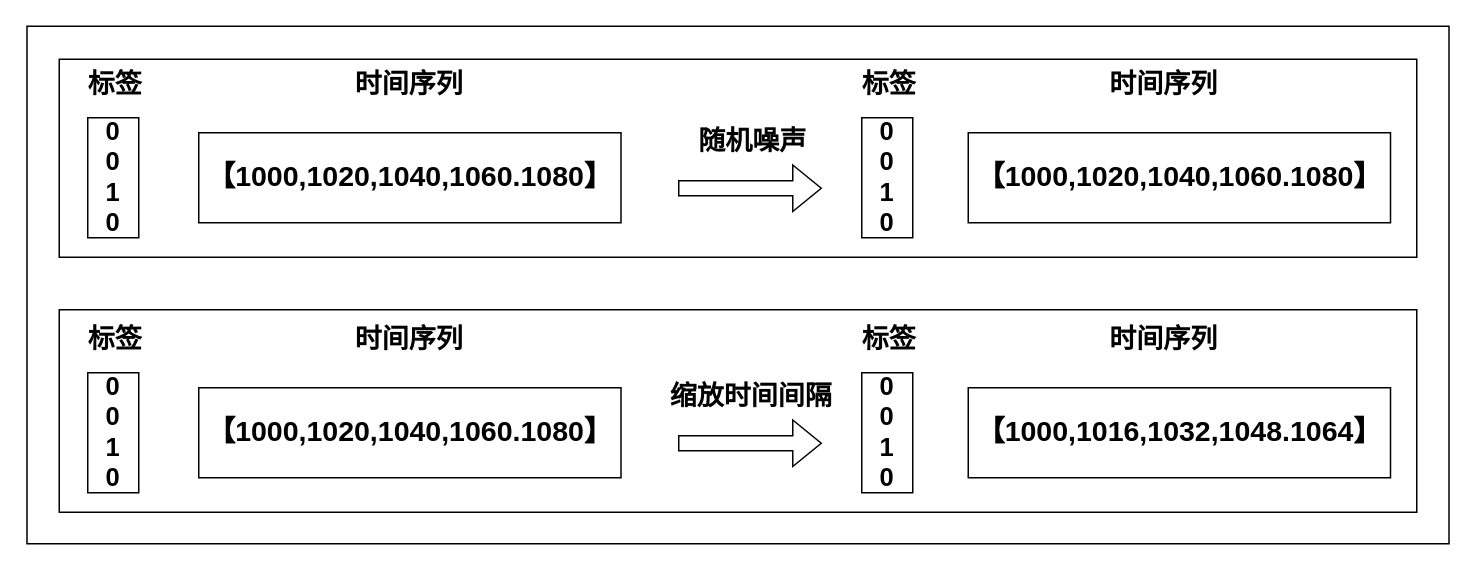
Above: 时间数据增强.drawio in lilang0710/ll (draw.io), before the change. Source tidied: cells renumbered, new cells numbered last; positions are measured from the earlier drawing's top-left corner, leaving out a move shared by most shapes. Both pictures are drawn from the tidied source at 150%, with x=0, y=0 at pixel (27, 26).
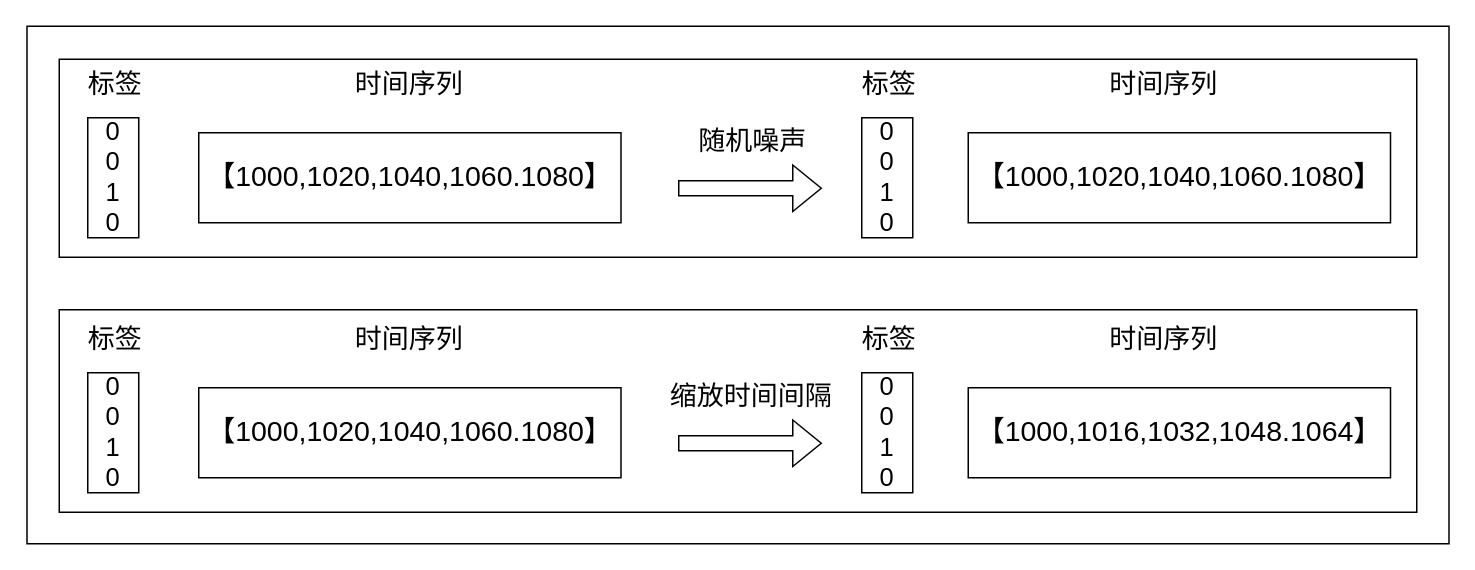
After the change.

Commit message:
更新时间数据增强.drawio

The edit, as a diff of the source:
```diff
@@
-    <mxCell id="2" style="shape=flexArrow;endArrow=classic;html=1;rounded=0;" parent="1" edge="1">
+    <mxCell id="2" style="shape=flexArrow;endArrow=classic;html=1;rounded=0;fontStyle=0;" parent="1" edge="1">
       <mxGeometry relative="1" as="geometry">
         <mxPoint x="433.5" y="278" as="sourcePoint" />
         <mxPoint x="529.5" y="278" as="targetPoint" />
       </mxGeometry>
     </mxCell>
-    <mxCell id="3" value="&lt;font size=&quot;1&quot;&gt;&lt;b style=&quot;font-size: 18px;&quot;&gt;缩放时间间隔&lt;/b&gt;&lt;/font&gt;" style="text;html=1;align=center;verticalAlign=middle;strokeColor=none;fillColor=none;" parent="1" vertex="1">
+    <mxCell id="3" value="&lt;font size=&quot;1&quot;&gt;&lt;span style=&quot;font-size: 18px;&quot;&gt;缩放时间间隔&lt;/span&gt;&lt;/font&gt;" style="text;html=1;align=center;verticalAlign=middle;strokeColor=none;fillColor=none;fontStyle=0;" parent="1" vertex="1">
       <mxGeometry x="418.5" y="230" width="126" height="34" as="geometry" />
     </mxCell>
-    <mxCell id="4" value="&lt;font size=&quot;1&quot;&gt;&lt;b&gt;&lt;font style=&quot;font-size: 18px;&quot;&gt;标签&lt;/font&gt;&lt;/b&gt;&lt;/font&gt;" style="text;html=1;align=center;verticalAlign=middle;strokeColor=none;fillColor=none;" parent="1" vertex="1">
+    <mxCell id="4" value="&lt;font size=&quot;1&quot;&gt;&lt;span&gt;&lt;font style=&quot;font-size: 18px;&quot;&gt;标签&lt;/font&gt;&lt;/span&gt;&lt;/font&gt;" style="text;html=1;align=center;verticalAlign=middle;strokeColor=none;fillColor=none;fontStyle=0;" parent="1" vertex="1">
       <mxGeometry x="30.5" y="192" width="54" height="34" as="geometry" />
     </mxCell>
-    <mxCell id="5" value="&lt;div style=&quot;font-size: 17px;&quot;&gt;&lt;font style=&quot;font-size: 17px;&quot;&gt;&lt;b&gt;&lt;font style=&quot;font-size: 17px;&quot;&gt;0&lt;/font&gt;&lt;/b&gt;&lt;/font&gt;&lt;/div&gt;&lt;div style=&quot;font-size: 17px;&quot;&gt;&lt;font style=&quot;font-size: 17px;&quot;&gt;&lt;b&gt;&lt;font style=&quot;font-size: 17px;&quot;&gt;0&lt;br&gt;&lt;/font&gt;&lt;/b&gt;&lt;/font&gt;&lt;/div&gt;&lt;div style=&quot;font-size: 17px;&quot;&gt;&lt;font style=&quot;font-size: 17px;&quot;&gt;&lt;b&gt;&lt;font style=&quot;font-size: 17px;&quot;&gt;1&lt;/font&gt;&lt;/b&gt;&lt;/font&gt;&lt;/div&gt;&lt;div style=&quot;font-size: 17px;&quot;&gt;&lt;font style=&quot;font-size: 17px;&quot;&gt;&lt;b&gt;&lt;font style=&quot;font-size: 17px;&quot;&gt;&lt;font style=&quot;font-size: 17px;&quot;&gt;0&lt;/font&gt;&lt;br&gt;&lt;/font&gt;&lt;/b&gt;&lt;/font&gt;&lt;/div&gt;" style="rounded=0;whiteSpace=wrap;html=1;" parent="1" vertex="1">
+    <mxCell id="5" value="&lt;div style=&quot;font-size: 17px;&quot;&gt;&lt;font style=&quot;font-size: 17px;&quot;&gt;&lt;span&gt;&lt;font style=&quot;font-size: 17px;&quot;&gt;0&lt;/font&gt;&lt;/span&gt;&lt;/font&gt;&lt;/div&gt;&lt;div style=&quot;font-size: 17px;&quot;&gt;&lt;font style=&quot;font-size: 17px;&quot;&gt;&lt;span&gt;&lt;font style=&quot;font-size: 17px;&quot;&gt;0&lt;br&gt;&lt;/font&gt;&lt;/span&gt;&lt;/font&gt;&lt;/div&gt;&lt;div style=&quot;font-size: 17px;&quot;&gt;&lt;font style=&quot;font-size: 17px;&quot;&gt;&lt;span&gt;&lt;font style=&quot;font-size: 17px;&quot;&gt;1&lt;/font&gt;&lt;/span&gt;&lt;/font&gt;&lt;/div&gt;&lt;div style=&quot;font-size: 17px;&quot;&gt;&lt;font style=&quot;font-size: 17px;&quot;&gt;&lt;span&gt;&lt;font style=&quot;font-size: 17px;&quot;&gt;&lt;font style=&quot;font-size: 17px;&quot;&gt;0&lt;/font&gt;&lt;br&gt;&lt;/font&gt;&lt;/span&gt;&lt;/font&gt;&lt;/div&gt;" style="rounded=0;whiteSpace=wrap;html=1;fontStyle=0;" parent="1" vertex="1">
       <mxGeometry x="40" y="231" width="34" height="80" as="geometry" />
     </mxCell>
-    <mxCell id="6" value="&lt;font size=&quot;1&quot;&gt;&lt;b&gt;&lt;font style=&quot;font-size: 18px;&quot;&gt;标签&lt;/font&gt;&lt;/b&gt;&lt;/font&gt;" style="text;html=1;align=center;verticalAlign=middle;strokeColor=none;fillColor=none;" parent="1" vertex="1">
+    <mxCell id="6" value="&lt;font size=&quot;1&quot;&gt;&lt;span&gt;&lt;font style=&quot;font-size: 18px;&quot;&gt;标签&lt;/font&gt;&lt;/span&gt;&lt;/font&gt;" style="text;html=1;align=center;verticalAlign=middle;strokeColor=none;fillColor=none;fontStyle=0;" parent="1" vertex="1">
       <mxGeometry x="546.5" y="192" width="54" height="34" as="geometry" />
     </mxCell>
-    <mxCell id="7" value="&lt;div style=&quot;font-size: 17px;&quot;&gt;&lt;font style=&quot;font-size: 17px;&quot;&gt;&lt;b&gt;&lt;font style=&quot;font-size: 17px;&quot;&gt;0&lt;/font&gt;&lt;/b&gt;&lt;/font&gt;&lt;/div&gt;&lt;div style=&quot;font-size: 17px;&quot;&gt;&lt;font style=&quot;font-size: 17px;&quot;&gt;&lt;b&gt;&lt;font style=&quot;font-size: 17px;&quot;&gt;0&lt;br&gt;&lt;/font&gt;&lt;/b&gt;&lt;/font&gt;&lt;/div&gt;&lt;div style=&quot;font-size: 17px;&quot;&gt;&lt;font style=&quot;font-size: 17px;&quot;&gt;&lt;b&gt;&lt;font style=&quot;font-size: 17px;&quot;&gt;1&lt;/font&gt;&lt;/b&gt;&lt;/font&gt;&lt;/div&gt;&lt;div style=&quot;font-size: 17px;&quot;&gt;&lt;font style=&quot;font-size: 17px;&quot;&gt;&lt;b&gt;&lt;font style=&quot;font-size: 17px;&quot;&gt;&lt;font style=&quot;font-size: 17px;&quot;&gt;0&lt;/font&gt;&lt;br&gt;&lt;/font&gt;&lt;/b&gt;&lt;/font&gt;&lt;/div&gt;" style="rounded=0;whiteSpace=wrap;html=1;" parent="1" vertex="1">
+    <mxCell id="7" value="&lt;div style=&quot;font-size: 17px;&quot;&gt;&lt;font style=&quot;font-size: 17px;&quot;&gt;&lt;span&gt;&lt;font style=&quot;font-size: 17px;&quot;&gt;0&lt;/font&gt;&lt;/span&gt;&lt;/font&gt;&lt;/div&gt;&lt;div style=&quot;font-size: 17px;&quot;&gt;&lt;font style=&quot;font-size: 17px;&quot;&gt;&lt;span&gt;&lt;font style=&quot;font-size: 17px;&quot;&gt;0&lt;br&gt;&lt;/font&gt;&lt;/span&gt;&lt;/font&gt;&lt;/div&gt;&lt;div style=&quot;font-size: 17px;&quot;&gt;&lt;font style=&quot;font-size: 17px;&quot;&gt;&lt;span&gt;&lt;font style=&quot;font-size: 17px;&quot;&gt;1&lt;/font&gt;&lt;/span&gt;&lt;/font&gt;&lt;/div&gt;&lt;div style=&quot;font-size: 17px;&quot;&gt;&lt;font style=&quot;font-size: 17px;&quot;&gt;&lt;span&gt;&lt;font style=&quot;font-size: 17px;&quot;&gt;&lt;font style=&quot;font-size: 17px;&quot;&gt;0&lt;/font&gt;&lt;br&gt;&lt;/font&gt;&lt;/span&gt;&lt;/font&gt;&lt;/div&gt;" style="rounded=0;whiteSpace=wrap;html=1;fontStyle=0;" parent="1" vertex="1">
       <mxGeometry x="556" y="231" width="34" height="80" as="geometry" />
     </mxCell>
-    <mxCell id="8" style="shape=flexArrow;endArrow=classic;html=1;rounded=0;" parent="1" edge="1">
+    <mxCell id="8" style="shape=flexArrow;endArrow=classic;html=1;rounded=0;fontStyle=0;" parent="1" edge="1">
       <mxGeometry relative="1" as="geometry">
         <mxPoint x="433.5" y="108" as="sourcePoint" />
         <mxPoint x="529.5" y="108" as="targetPoint" />
       </mxGeometry>
     </mxCell>
-    <mxCell id="9" value="&lt;b&gt;&lt;font style=&quot;font-size: 18px;&quot;&gt;随机噪声&lt;/font&gt;&lt;/b&gt;" style="text;html=1;align=center;verticalAlign=middle;strokeColor=none;fillColor=none;" parent="1" vertex="1">
+    <mxCell id="9" value="&lt;span&gt;&lt;font style=&quot;font-size: 18px;&quot;&gt;随机噪声&lt;/font&gt;&lt;/span&gt;" style="text;html=1;align=center;verticalAlign=middle;strokeColor=none;fillColor=none;fontStyle=0;" parent="1" vertex="1">
       <mxGeometry x="437.5" y="60" width="90" height="34" as="geometry" />
     </mxCell>
-    <mxCell id="10" value="&lt;font size=&quot;1&quot;&gt;&lt;b&gt;&lt;font style=&quot;font-size: 18px;&quot;&gt;时间序列&lt;/font&gt;&lt;/b&gt;&lt;/font&gt;" style="text;html=1;align=center;verticalAlign=middle;strokeColor=none;fillColor=none;" parent="1" vertex="1">
+    <mxCell id="10" value="&lt;font size=&quot;1&quot;&gt;&lt;span&gt;&lt;font style=&quot;font-size: 18px;&quot;&gt;时间序列&lt;/font&gt;&lt;/span&gt;&lt;/font&gt;" style="text;html=1;align=center;verticalAlign=middle;strokeColor=none;fillColor=none;fontStyle=0;" parent="1" vertex="1">
       <mxGeometry x="209" y="22" width="90" height="34" as="geometry" />
     </mxCell>
-    <mxCell id="11" value="&lt;font size=&quot;1&quot;&gt;&lt;b&gt;&lt;font style=&quot;font-size: 18px;&quot;&gt;标签&lt;/font&gt;&lt;/b&gt;&lt;/font&gt;" style="text;html=1;align=center;verticalAlign=middle;strokeColor=none;fillColor=none;" parent="1" vertex="1">
+    <mxCell id="11" value="&lt;font size=&quot;1&quot;&gt;&lt;span&gt;&lt;font style=&quot;font-size: 18px;&quot;&gt;标签&lt;/font&gt;&lt;/span&gt;&lt;/font&gt;" style="text;html=1;align=center;verticalAlign=middle;strokeColor=none;fillColor=none;fontStyle=0;" parent="1" vertex="1">
       <mxGeometry x="30.5" y="22" width="54" height="34" as="geometry" />
     </mxCell>
-    <mxCell id="12" value="&lt;div style=&quot;font-size: 17px;&quot;&gt;&lt;font style=&quot;font-size: 17px;&quot;&gt;&lt;b&gt;&lt;font style=&quot;font-size: 17px;&quot;&gt;0&lt;/font&gt;&lt;/b&gt;&lt;/font&gt;&lt;/div&gt;&lt;div style=&quot;font-size: 17px;&quot;&gt;&lt;font style=&quot;font-size: 17px;&quot;&gt;&lt;b&gt;&lt;font style=&quot;font-size: 17px;&quot;&gt;0&lt;br&gt;&lt;/font&gt;&lt;/b&gt;&lt;/font&gt;&lt;/div&gt;&lt;div style=&quot;font-size: 17px;&quot;&gt;&lt;font style=&quot;font-size: 17px;&quot;&gt;&lt;b&gt;&lt;font style=&quot;font-size: 17px;&quot;&gt;1&lt;/font&gt;&lt;/b&gt;&lt;/font&gt;&lt;/div&gt;&lt;div style=&quot;font-size: 17px;&quot;&gt;&lt;font style=&quot;font-size: 17px;&quot;&gt;&lt;b&gt;&lt;font style=&quot;font-size: 17px;&quot;&gt;&lt;font style=&quot;font-size: 17px;&quot;&gt;0&lt;/font&gt;&lt;br&gt;&lt;/font&gt;&lt;/b&gt;&lt;/font&gt;&lt;/div&gt;" style="rounded=0;whiteSpace=wrap;html=1;" parent="1" vertex="1">
+    <mxCell id="12" value="&lt;div style=&quot;font-size: 17px;&quot;&gt;&lt;font style=&quot;font-size: 17px;&quot;&gt;&lt;span&gt;&lt;font style=&quot;font-size: 17px;&quot;&gt;0&lt;/font&gt;&lt;/span&gt;&lt;/font&gt;&lt;/div&gt;&lt;div style=&quot;font-size: 17px;&quot;&gt;&lt;font style=&quot;font-size: 17px;&quot;&gt;&lt;span&gt;&lt;font style=&quot;font-size: 17px;&quot;&gt;0&lt;br&gt;&lt;/font&gt;&lt;/span&gt;&lt;/font&gt;&lt;/div&gt;&lt;div style=&quot;font-size: 17px;&quot;&gt;&lt;font style=&quot;font-size: 17px;&quot;&gt;&lt;span&gt;&lt;font style=&quot;font-size: 17px;&quot;&gt;1&lt;/font&gt;&lt;/span&gt;&lt;/font&gt;&lt;/div&gt;&lt;div style=&quot;font-size: 17px;&quot;&gt;&lt;font style=&quot;font-size: 17px;&quot;&gt;&lt;span&gt;&lt;font style=&quot;font-size: 17px;&quot;&gt;&lt;font style=&quot;font-size: 17px;&quot;&gt;0&lt;/font&gt;&lt;br&gt;&lt;/font&gt;&lt;/span&gt;&lt;/font&gt;&lt;/div&gt;" style="rounded=0;whiteSpace=wrap;html=1;fontStyle=0;" parent="1" vertex="1">
       <mxGeometry x="40" y="61" width="34" height="80" as="geometry" />
     </mxCell>
-    <mxCell id="13" value="&lt;font size=&quot;1&quot;&gt;&lt;b&gt;&lt;font style=&quot;font-size: 18px;&quot;&gt;时间序列&lt;/font&gt;&lt;/b&gt;&lt;/font&gt;" style="text;html=1;align=center;verticalAlign=middle;strokeColor=none;fillColor=none;" parent="1" vertex="1">
+    <mxCell id="13" value="&lt;font size=&quot;1&quot;&gt;&lt;span&gt;&lt;font style=&quot;font-size: 18px;&quot;&gt;时间序列&lt;/font&gt;&lt;/span&gt;&lt;/font&gt;" style="text;html=1;align=center;verticalAlign=middle;strokeColor=none;fillColor=none;fontStyle=0;" parent="1" vertex="1">
       <mxGeometry x="711.5" y="22" width="90" height="34" as="geometry" />
     </mxCell>
-    <mxCell id="14" value="&lt;font size=&quot;1&quot;&gt;&lt;b&gt;&lt;font style=&quot;font-size: 18px;&quot;&gt;标签&lt;/font&gt;&lt;/b&gt;&lt;/font&gt;" style="text;html=1;align=center;verticalAlign=middle;strokeColor=none;fillColor=none;" parent="1" vertex="1">
+    <mxCell id="14" value="&lt;font size=&quot;1&quot;&gt;&lt;span&gt;&lt;font style=&quot;font-size: 18px;&quot;&gt;标签&lt;/font&gt;&lt;/span&gt;&lt;/font&gt;" style="text;html=1;align=center;verticalAlign=middle;strokeColor=none;fillColor=none;fontStyle=0;" parent="1" vertex="1">
       <mxGeometry x="546.5" y="22" width="54" height="34" as="geometry" />
     </mxCell>
-    <mxCell id="15" value="&lt;div style=&quot;font-size: 17px;&quot;&gt;&lt;font style=&quot;font-size: 17px;&quot;&gt;&lt;b&gt;&lt;font style=&quot;font-size: 17px;&quot;&gt;0&lt;/font&gt;&lt;/b&gt;&lt;/font&gt;&lt;/div&gt;&lt;div style=&quot;font-size: 17px;&quot;&gt;&lt;font style=&quot;font-size: 17px;&quot;&gt;&lt;b&gt;&lt;font style=&quot;font-size: 17px;&quot;&gt;0&lt;br&gt;&lt;/font&gt;&lt;/b&gt;&lt;/font&gt;&lt;/div&gt;&lt;div style=&quot;font-size: 17px;&quot;&gt;&lt;font style=&quot;font-size: 17px;&quot;&gt;&lt;b&gt;&lt;font style=&quot;font-size: 17px;&quot;&gt;1&lt;/font&gt;&lt;/b&gt;&lt;/font&gt;&lt;/div&gt;&lt;div style=&quot;font-size: 17px;&quot;&gt;&lt;font style=&quot;font-size: 17px;&quot;&gt;&lt;b&gt;&lt;font style=&quot;font-size: 17px;&quot;&gt;&lt;font style=&quot;font-size: 17px;&quot;&gt;0&lt;/font&gt;&lt;br&gt;&lt;/font&gt;&lt;/b&gt;&lt;/font&gt;&lt;/div&gt;" style="rounded=0;whiteSpace=wrap;html=1;" parent="1" vertex="1">
+    <mxCell id="15" value="&lt;div style=&quot;font-size: 17px;&quot;&gt;&lt;font style=&quot;font-size: 17px;&quot;&gt;&lt;span&gt;&lt;font style=&quot;font-size: 17px;&quot;&gt;0&lt;/font&gt;&lt;/span&gt;&lt;/font&gt;&lt;/div&gt;&lt;div style=&quot;font-size: 17px;&quot;&gt;&lt;font style=&quot;font-size: 17px;&quot;&gt;&lt;span&gt;&lt;font style=&quot;font-size: 17px;&quot;&gt;0&lt;br&gt;&lt;/font&gt;&lt;/span&gt;&lt;/font&gt;&lt;/div&gt;&lt;div style=&quot;font-size: 17px;&quot;&gt;&lt;font style=&quot;font-size: 17px;&quot;&gt;&lt;span&gt;&lt;font style=&quot;font-size: 17px;&quot;&gt;1&lt;/font&gt;&lt;/span&gt;&lt;/font&gt;&lt;/div&gt;&lt;div style=&quot;font-size: 17px;&quot;&gt;&lt;font style=&quot;font-size: 17px;&quot;&gt;&lt;span&gt;&lt;font style=&quot;font-size: 17px;&quot;&gt;&lt;font style=&quot;font-size: 17px;&quot;&gt;0&lt;/font&gt;&lt;br&gt;&lt;/font&gt;&lt;/span&gt;&lt;/font&gt;&lt;/div&gt;" style="rounded=0;whiteSpace=wrap;html=1;fontStyle=0;" parent="1" vertex="1">
       <mxGeometry x="556" y="61" width="34" height="80" as="geometry" />
     </mxCell>
-    <mxCell id="16" style="rounded=0;whiteSpace=wrap;html=1;fillColor=none;" parent="1" vertex="1">
+    <mxCell id="16" style="rounded=0;whiteSpace=wrap;html=1;fillColor=none;fontStyle=0;" parent="1" vertex="1">
       <mxGeometry x="21" y="189" width="905" height="135" as="geometry" />
     </mxCell>
-    <mxCell id="17" style="rounded=0;whiteSpace=wrap;html=1;fillColor=none;" parent="1" vertex="1">
+    <mxCell id="17" style="rounded=0;whiteSpace=wrap;html=1;fillColor=none;fontStyle=0;" parent="1" vertex="1">
       <mxGeometry x="-0.5" width="948" height="345" as="geometry" />
     </mxCell>
-    <mxCell id="18" style="rounded=0;whiteSpace=wrap;html=1;fillColor=none;" parent="1" vertex="1">
+    <mxCell id="18" style="rounded=0;whiteSpace=wrap;html=1;fillColor=none;fontStyle=0;" parent="1" vertex="1">
       <mxGeometry x="21" y="22" width="905" height="132" as="geometry" />
     </mxCell>
-    <mxCell id="19" value="&lt;font size=&quot;1&quot;&gt;&lt;b&gt;&lt;font style=&quot;font-size: 19px;&quot;&gt;【1000,1016,1032,1048.1064】&lt;/font&gt;&lt;/b&gt;&lt;/font&gt;" style="rounded=0;whiteSpace=wrap;html=1;" parent="1" vertex="1">
+    <mxCell id="19" value="&lt;font size=&quot;1&quot;&gt;&lt;span&gt;&lt;font style=&quot;font-size: 19px;&quot;&gt;【1000,1016,1032,1048.1064】&lt;/font&gt;&lt;/span&gt;&lt;/font&gt;" style="rounded=0;whiteSpace=wrap;html=1;fontStyle=0;" parent="1" vertex="1">
       <mxGeometry x="627" y="241" width="281.5" height="60" as="geometry" />
     </mxCell>
-    <mxCell id="20" value="&lt;font size=&quot;1&quot;&gt;&lt;b&gt;&lt;font style=&quot;font-size: 19px;&quot;&gt;【1000,1020,1040,1060.1080】&lt;/font&gt;&lt;/b&gt;&lt;/font&gt;" style="rounded=0;whiteSpace=wrap;html=1;" parent="1" vertex="1">
+    <mxCell id="20" value="&lt;font size=&quot;1&quot;&gt;&lt;span&gt;&lt;font style=&quot;font-size: 19px;&quot;&gt;【1000,1020,1040,1060.1080】&lt;/font&gt;&lt;/span&gt;&lt;/font&gt;" style="rounded=0;whiteSpace=wrap;html=1;fontStyle=0;" parent="1" vertex="1">
       <mxGeometry x="627" y="71" width="281.5" height="60" as="geometry" />
     </mxCell>
-    <mxCell id="21" value="&lt;font size=&quot;1&quot;&gt;&lt;b&gt;&lt;font style=&quot;font-size: 18px;&quot;&gt;时间序列&lt;/font&gt;&lt;/b&gt;&lt;/font&gt;" style="text;html=1;align=center;verticalAlign=middle;strokeColor=none;fillColor=none;" parent="1" vertex="1">
+    <mxCell id="21" value="&lt;font size=&quot;1&quot;&gt;&lt;span&gt;&lt;font style=&quot;font-size: 18px;&quot;&gt;时间序列&lt;/font&gt;&lt;/span&gt;&lt;/font&gt;" style="text;html=1;align=center;verticalAlign=middle;strokeColor=none;fillColor=none;fontStyle=0;" parent="1" vertex="1">
       <mxGeometry x="209" y="192" width="90" height="34" as="geometry" />
     </mxCell>
-    <mxCell id="22" value="&lt;font size=&quot;1&quot;&gt;&lt;b&gt;&lt;font style=&quot;font-size: 19px;&quot;&gt;【1000,1020,1040,1060.1080】&lt;/font&gt;&lt;/b&gt;&lt;/font&gt;" style="rounded=0;whiteSpace=wrap;html=1;" parent="1" vertex="1">
+    <mxCell id="22" value="&lt;font size=&quot;1&quot;&gt;&lt;span&gt;&lt;font style=&quot;font-size: 19px;&quot;&gt;【1000,1020,1040,1060.1080】&lt;/font&gt;&lt;/span&gt;&lt;/font&gt;" style="rounded=0;whiteSpace=wrap;html=1;fontStyle=0;" parent="1" vertex="1">
       <mxGeometry x="114" y="241" width="281.5" height="60" as="geometry" />
     </mxCell>
-    <mxCell id="23" value="&lt;font size=&quot;1&quot;&gt;&lt;b&gt;&lt;font style=&quot;font-size: 18px;&quot;&gt;时间序列&lt;/font&gt;&lt;/b&gt;&lt;/font&gt;" style="text;html=1;align=center;verticalAlign=middle;strokeColor=none;fillColor=none;" parent="1" vertex="1">
+    <mxCell id="23" value="&lt;font size=&quot;1&quot;&gt;&lt;span&gt;&lt;font style=&quot;font-size: 18px;&quot;&gt;时间序列&lt;/font&gt;&lt;/span&gt;&lt;/font&gt;" style="text;html=1;align=center;verticalAlign=middle;strokeColor=none;fillColor=none;fontStyle=0;" parent="1" vertex="1">
       <mxGeometry x="711.5" y="192" width="90" height="34" as="geometry" />
     </mxCell>
-    <mxCell id="24" value="&lt;font size=&quot;1&quot;&gt;&lt;b&gt;&lt;font style=&quot;font-size: 19px;&quot;&gt;【1000,1020,1040,1060.1080】&lt;/font&gt;&lt;/b&gt;&lt;/font&gt;" style="rounded=0;whiteSpace=wrap;html=1;" parent="1" vertex="1">
+    <mxCell id="24" value="&lt;font size=&quot;1&quot;&gt;&lt;span&gt;&lt;font style=&quot;font-size: 19px;&quot;&gt;【1000,1020,1040,1060.1080】&lt;/font&gt;&lt;/span&gt;&lt;/font&gt;" style="rounded=0;whiteSpace=wrap;html=1;fontStyle=0;" parent="1" vertex="1">
       <mxGeometry x="114" y="71" width="281.5" height="60" as="geometry" />
     </mxCell>
```
